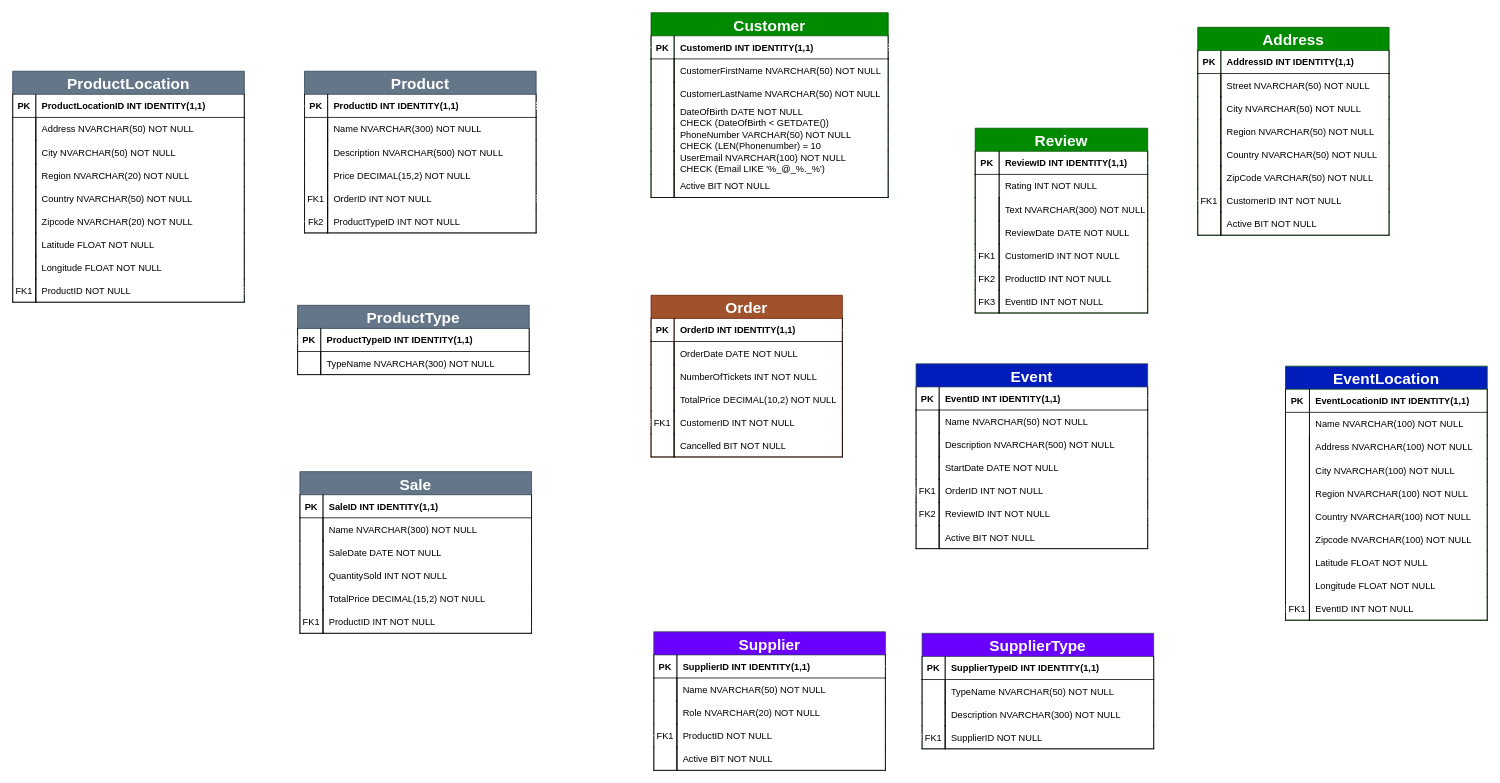
KristoferFangrat/ExamAssignment keeps this draw.io diagram as page "PhantomFestivities" (4 of 4) of PhantomFestivities.drawio. Above is the earlier version. Source tidied: cells renumbered, new cells numbered last; positions are measured from the earlier drawing's top-left corner, leaving out a move shared by most shapes. Both pictures are drawn from the tidied source at 77%, with x=0, y=0 at pixel (12, 12).
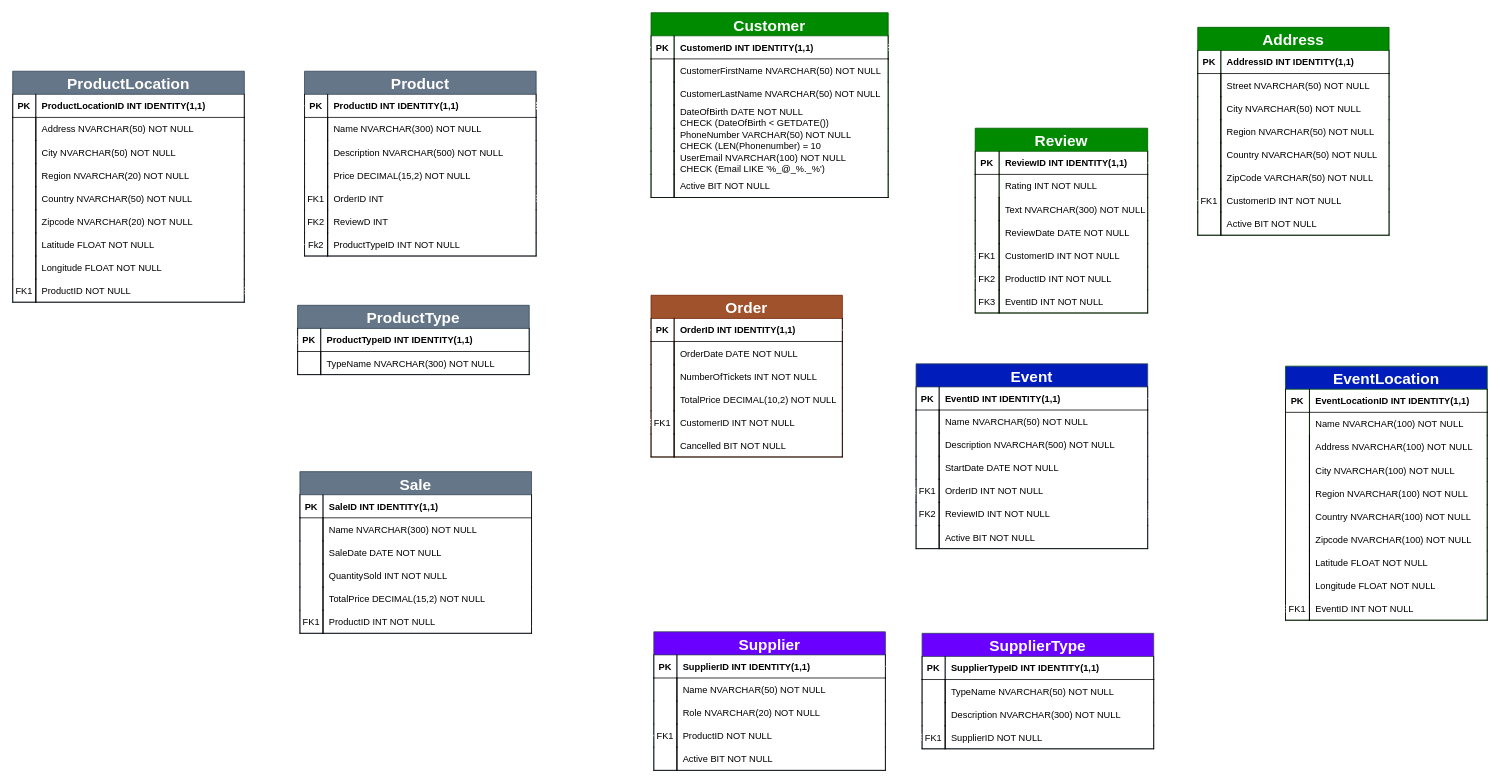
The same diagram, later.

Commit message:
Adjust dimensions and edge styles in PhantomFestivities.drawio

The change refers to these unchanged cells:
```xml
<mxCell id="37" style="shape=tableRow;horizontal=0;startSize=0;swimlaneHead=0;swimlaneBody=0;fillColor=none;points=[[0,0.5],[1,0.5]];portConstraint=eastwest;top=0;left=0;right=0;bottom=0;sketch=0;hachureGap=4;jiggle=2;curveFitting=1;fontFamily=Architects Daughter;fontSize=20;" parent="24" vertex="1">
  <mxGeometry y="150" width="300.8" height="30" as="geometry" />
</mxCell>
```

Change to the diagram source:
```diff
@@
     <mxCell id="24" value="Product" style="shape=table;startSize=30;childLayout=tableLayout;rowLines=0;fontStyle=1;align=center;sketch=0;hachureGap=4;jiggle=2;curveFitting=1;fontFamily=Helvetica;fontSize=20;swimlaneLine=1;rounded=0;fillColor=#647687;fontColor=#ffffff;strokeColor=#314354;" parent="1" vertex="1">
-      <mxGeometry x="379" y="76" width="300.8" height="210" as="geometry" />
+      <mxGeometry x="379" y="76" width="300.8" height="240" as="geometry" />
     </mxCell>
@@
-    <mxCell id="39" value="OrderID INT NOT NULL" style="shape=partialRectangle;fillColor=none;top=0;left=1;bottom=0;right=1;align=left;spacingLeft=6;overflow=hidden;sketch=0;hachureGap=4;jiggle=2;curveFitting=1;fontFamily=Helvetica;fontSize=12;" parent="37" vertex="1">
+    <mxCell id="39" value="OrderID INT" style="shape=partialRectangle;fillColor=none;top=0;left=1;bottom=0;right=1;align=left;spacingLeft=6;overflow=hidden;sketch=0;hachureGap=4;jiggle=2;curveFitting=1;fontFamily=Helvetica;fontSize=12;" parent="37" vertex="1">
       <mxGeometry x="30" width="270.8" height="30" as="geometry" />
     </mxCell>
+    <mxCell id="258" style="shape=tableRow;horizontal=0;startSize=0;swimlaneHead=0;swimlaneBody=0;fillColor=none;top=0;left=0;right=0;bottom=0;sketch=0;hachureGap=4;jiggle=2;curveFitting=1;fontFamily=Architects Daughter;fontSize=20;" parent="24" vertex="1">
+      <mxGeometry y="180" width="300.8" height="30" as="geometry" />
+    </mxCell>
+    <mxCell id="259" value="FK2" style="shape=partialRectangle;fillColor=none;top=0;left=1;bottom=0;right=1;overflow=hidden;sketch=0;hachureGap=4;jiggle=2;curveFitting=1;fontFamily=Helvetica;fontSize=12;" parent="258" vertex="1">
+      <mxGeometry width="30" height="30" as="geometry" />
+    </mxCell>
+    <mxCell id="260" value="ReviewD INT" style="shape=partialRectangle;fillColor=none;top=0;left=1;bottom=0;right=1;align=left;spacingLeft=6;overflow=hidden;sketch=0;hachureGap=4;jiggle=2;curveFitting=1;fontFamily=Helvetica;fontSize=12;" parent="258" vertex="1">
+      <mxGeometry x="30" width="270.8" height="30" as="geometry" />
+    </mxCell>
     <mxCell id="40" style="shape=tableRow;horizontal=0;startSize=0;swimlaneHead=0;swimlaneBody=0;fillColor=none;points=[[0,0.5],[1,0.5]];portConstraint=eastwest;top=0;left=0;right=0;bottom=1;sketch=0;hachureGap=4;jiggle=2;curveFitting=1;fontFamily=Architects Daughter;fontSize=20;" parent="24" vertex="1">
-      <mxGeometry y="180" width="300.8" height="30" as="geometry" />
+      <mxGeometry y="210" width="300.8" height="30" as="geometry" />
     </mxCell>
```
